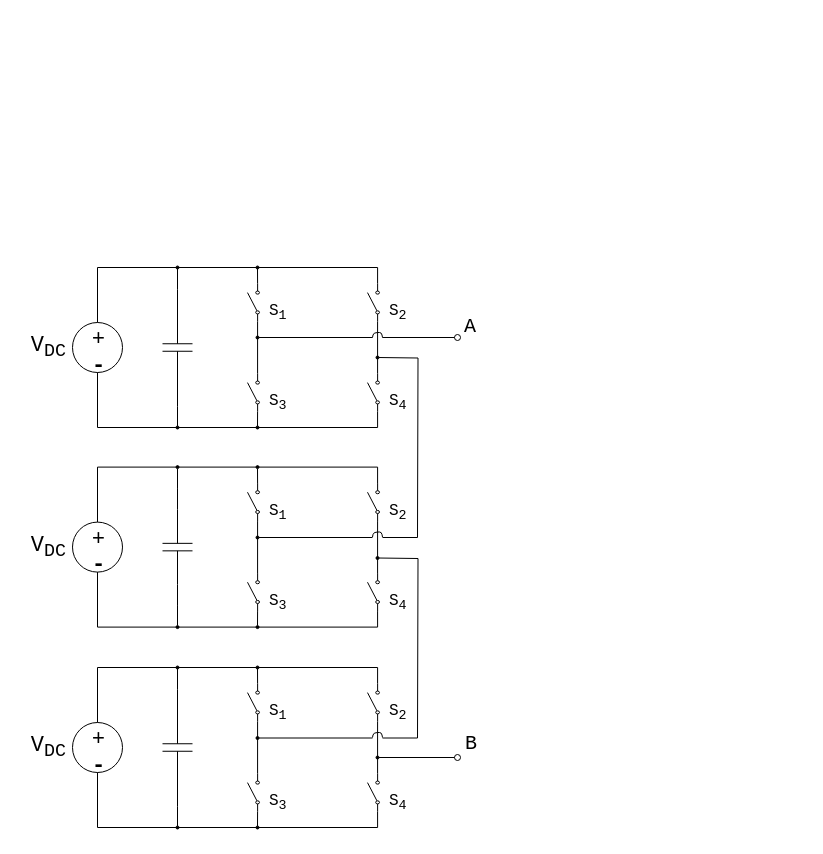
The draw.io diagram CHBMI.drawio in thece36/drawio, before the edit. Source tidied: cells renumbered, new cells numbered last; positions are measured from the earlier drawing's top-left corner, leaving out a move shared by most shapes. Both pictures are drawn from the tidied source at 100%, with x=0, y=0 at pixel (17, 267).
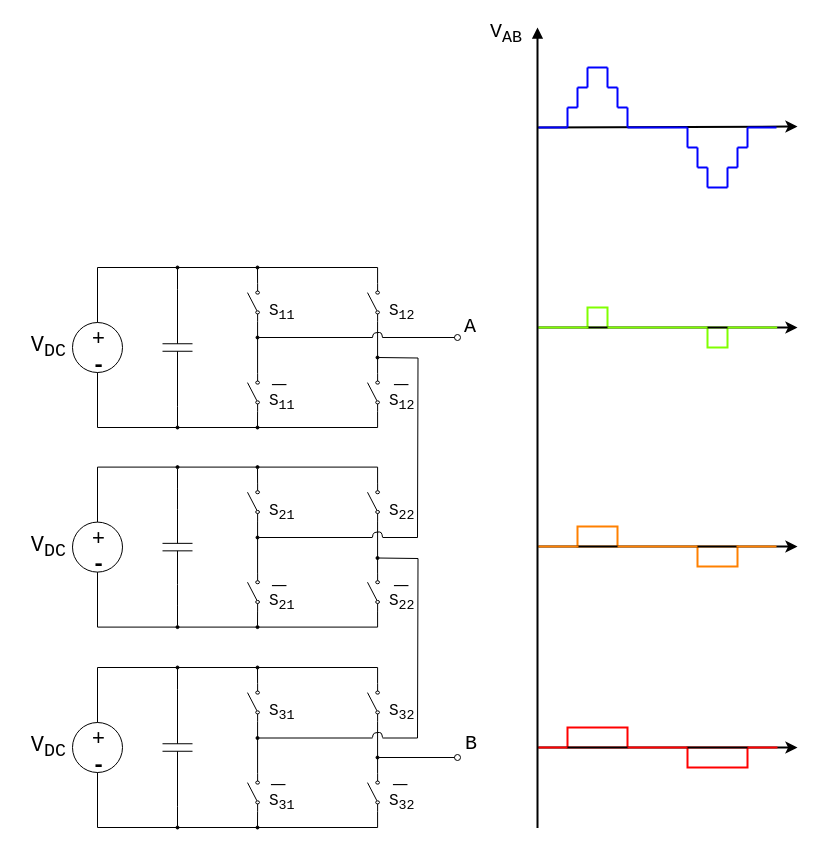
The same diagram, later.

Change to the diagram source:
```diff
@@
+    <mxCell id="82" style="rounded=0;whiteSpace=wrap;html=1;fillColor=none;fontFamily=Courier New;fontSize=20;strokeColor=#80FF00;strokeWidth=2;" parent="1" vertex="1">
+      <mxGeometry x="690" y="60" width="20" height="20" as="geometry" />
+    </mxCell>
+    <mxCell id="83" style="rounded=0;whiteSpace=wrap;html=1;fillColor=none;fontFamily=Courier New;fontSize=20;strokeColor=#80FF00;strokeWidth=2;" parent="1" vertex="1">
+      <mxGeometry x="570" y="40" width="20" height="20" as="geometry" />
+    </mxCell>
+    <mxCell id="84" style="rounded=0;whiteSpace=wrap;html=1;fillColor=none;fontFamily=Courier New;fontSize=20;strokeColor=#FF8000;strokeWidth=2;" parent="1" vertex="1">
+      <mxGeometry x="680" y="279" width="40" height="20" as="geometry" />
+    </mxCell>
+    <mxCell id="85" style="rounded=0;whiteSpace=wrap;html=1;fillColor=none;fontFamily=Courier New;fontSize=20;strokeColor=#FF8000;strokeWidth=2;" parent="1" vertex="1">
+      <mxGeometry x="560" y="259" width="40" height="20" as="geometry" />
+    </mxCell>
+    <mxCell id="86" style="rounded=0;whiteSpace=wrap;html=1;fillColor=none;fontFamily=Courier New;fontSize=20;strokeColor=#FF0000;strokeWidth=2;" parent="1" vertex="1">
+      <mxGeometry x="670" y="480" width="60" height="20" as="geometry" />
+    </mxCell>
+    <mxCell id="87" style="rounded=0;whiteSpace=wrap;html=1;fillColor=none;fontFamily=Courier New;fontSize=20;strokeColor=#FF0000;strokeWidth=2;" parent="1" vertex="1">
+      <mxGeometry x="550" y="460" width="60" height="20" as="geometry" />
+    </mxCell>
@@
-    <mxCell id="20" value="&lt;font face=&quot;Courier New&quot;&gt;S&lt;sub&gt;1&lt;/sub&gt;&lt;/font&gt;" style="text;html=1;align=left;verticalAlign=top;spacingTop=-4;fontSize=16;" parent="1" vertex="1">
-      <mxGeometry x="250" y="30" width="30" height="20" as="geometry" />
+    <mxCell id="20" value="&lt;font face=&quot;Courier New&quot;&gt;S&lt;sub&gt;11&lt;/sub&gt;&lt;/font&gt;" style="text;html=1;align=left;verticalAlign=top;spacingTop=-4;fontSize=16;" parent="1" vertex="1">
+      <mxGeometry x="250" y="30" width="40" height="20" as="geometry" />
     </mxCell>
-    <mxCell id="21" value="&lt;font face=&quot;Courier New&quot;&gt;S&lt;sub&gt;2&lt;/sub&gt;&lt;/font&gt;" style="text;html=1;align=left;verticalAlign=top;spacingTop=-4;fontSize=16;" parent="1" vertex="1">
-      <mxGeometry x="370" y="30" width="30" height="20" as="geometry" />
+    <mxCell id="21" value="&lt;font face=&quot;Courier New&quot;&gt;S&lt;sub&gt;12&lt;/sub&gt;&lt;/font&gt;" style="text;html=1;align=left;verticalAlign=top;spacingTop=-4;fontSize=16;" parent="1" vertex="1">
+      <mxGeometry x="370" y="30" width="40" height="20" as="geometry" />
     </mxCell>
-    <mxCell id="22" value="&lt;font face=&quot;Courier New&quot;&gt;S&lt;sub&gt;4&lt;/sub&gt;&lt;/font&gt;" style="text;html=1;align=left;verticalAlign=top;spacingTop=-4;fontSize=16;" parent="1" vertex="1">
-      <mxGeometry x="370" y="120" width="30" height="20" as="geometry" />
+    <mxCell id="22" value="&lt;font face=&quot;Courier New&quot;&gt;S&lt;sub&gt;12&lt;/sub&gt;&lt;/font&gt;" style="text;html=1;align=left;verticalAlign=top;spacingTop=-4;fontSize=16;" parent="1" vertex="1">
+      <mxGeometry x="370" y="120" width="40" height="20" as="geometry" />
     </mxCell>
-    <mxCell id="23" value="&lt;font face=&quot;Courier New&quot;&gt;S&lt;sub&gt;3&lt;/sub&gt;&lt;/font&gt;" style="text;html=1;align=left;verticalAlign=top;spacingTop=-4;fontSize=16;" parent="1" vertex="1">
-      <mxGeometry x="250" y="120" width="30" height="20" as="geometry" />
+    <mxCell id="23" value="&lt;font face=&quot;Courier New&quot;&gt;S&lt;sub&gt;11&lt;/sub&gt;&lt;/font&gt;" style="text;html=1;align=left;verticalAlign=top;spacingTop=-4;fontSize=16;" parent="1" vertex="1">
+      <mxGeometry x="250" y="120" width="40" height="20" as="geometry" />
     </mxCell>
@@
-    <mxCell id="42" value="&lt;font face=&quot;Courier New&quot;&gt;S&lt;sub&gt;1&lt;/sub&gt;&lt;/font&gt;" style="text;html=1;align=left;verticalAlign=top;spacingTop=-4;fontSize=16;" parent="1" vertex="1">
-      <mxGeometry x="250" y="229.6" width="30" height="20" as="geometry" />
+    <mxCell id="42" value="&lt;font face=&quot;Courier New&quot;&gt;S&lt;sub&gt;21&lt;/sub&gt;&lt;/font&gt;" style="text;html=1;align=left;verticalAlign=top;spacingTop=-4;fontSize=16;" parent="1" vertex="1">
+      <mxGeometry x="250" y="229.6" width="40" height="20" as="geometry" />
     </mxCell>
-    <mxCell id="43" value="&lt;font face=&quot;Courier New&quot;&gt;S&lt;sub&gt;2&lt;/sub&gt;&lt;/font&gt;" style="text;html=1;align=left;verticalAlign=top;spacingTop=-4;fontSize=16;" parent="1" vertex="1">
-      <mxGeometry x="370" y="229.6" width="30" height="20" as="geometry" />
+    <mxCell id="43" value="&lt;font face=&quot;Courier New&quot;&gt;S&lt;sub&gt;22&lt;/sub&gt;&lt;/font&gt;" style="text;html=1;align=left;verticalAlign=top;spacingTop=-4;fontSize=16;" parent="1" vertex="1">
+      <mxGeometry x="370" y="229.6" width="40" height="20" as="geometry" />
     </mxCell>
-    <mxCell id="44" value="&lt;font face=&quot;Courier New&quot;&gt;S&lt;sub&gt;4&lt;/sub&gt;&lt;/font&gt;" style="text;html=1;align=left;verticalAlign=top;spacingTop=-4;fontSize=16;" parent="1" vertex="1">
-      <mxGeometry x="370" y="319.6" width="30" height="20" as="geometry" />
+    <mxCell id="44" value="&lt;font face=&quot;Courier New&quot;&gt;S&lt;sub&gt;22&lt;/sub&gt;&lt;/font&gt;" style="text;html=1;align=left;verticalAlign=top;spacingTop=-4;fontSize=16;" parent="1" vertex="1">
+      <mxGeometry x="370" y="319.6" width="40" height="20" as="geometry" />
     </mxCell>
-    <mxCell id="45" value="&lt;font face=&quot;Courier New&quot;&gt;S&lt;sub&gt;3&lt;/sub&gt;&lt;/font&gt;" style="text;html=1;align=left;verticalAlign=top;spacingTop=-4;fontSize=16;" parent="1" vertex="1">
-      <mxGeometry x="250" y="319.6" width="30" height="20" as="geometry" />
+    <mxCell id="45" value="&lt;font face=&quot;Courier New&quot;&gt;S&lt;sub&gt;21&lt;/sub&gt;&lt;/font&gt;" style="text;html=1;align=left;verticalAlign=top;spacingTop=-4;fontSize=16;" parent="1" vertex="1">
+      <mxGeometry x="250" y="319.6" width="40" height="20" as="geometry" />
     </mxCell>
@@
-    <mxCell id="64" value="&lt;font face=&quot;Courier New&quot;&gt;S&lt;sub&gt;1&lt;/sub&gt;&lt;/font&gt;" style="text;html=1;align=left;verticalAlign=top;spacingTop=-4;fontSize=16;" parent="1" vertex="1">
-      <mxGeometry x="250" y="430" width="30" height="20" as="geometry" />
+    <mxCell id="64" value="&lt;font face=&quot;Courier New&quot;&gt;S&lt;sub&gt;31&lt;/sub&gt;&lt;/font&gt;" style="text;html=1;align=left;verticalAlign=top;spacingTop=-4;fontSize=16;" parent="1" vertex="1">
+      <mxGeometry x="250" y="430" width="40" height="20" as="geometry" />
     </mxCell>
-    <mxCell id="65" value="&lt;font face=&quot;Courier New&quot;&gt;S&lt;sub&gt;2&lt;/sub&gt;&lt;/font&gt;" style="text;html=1;align=left;verticalAlign=top;spacingTop=-4;fontSize=16;" parent="1" vertex="1">
-      <mxGeometry x="370" y="430" width="30" height="20" as="geometry" />
+    <mxCell id="65" value="&lt;font face=&quot;Courier New&quot;&gt;S&lt;sub&gt;32&lt;/sub&gt;&lt;/font&gt;" style="text;html=1;align=left;verticalAlign=top;spacingTop=-4;fontSize=16;" parent="1" vertex="1">
+      <mxGeometry x="370" y="430" width="40" height="20" as="geometry" />
     </mxCell>
-    <mxCell id="66" value="&lt;font face=&quot;Courier New&quot;&gt;S&lt;sub&gt;4&lt;/sub&gt;&lt;/font&gt;" style="text;html=1;align=left;verticalAlign=top;spacingTop=-4;fontSize=16;" parent="1" vertex="1">
-      <mxGeometry x="370" y="520" width="30" height="20" as="geometry" />
+    <mxCell id="66" value="&lt;font face=&quot;Courier New&quot;&gt;S&lt;sub&gt;32&lt;/sub&gt;&lt;/font&gt;" style="text;html=1;align=left;verticalAlign=top;spacingTop=-4;fontSize=16;" parent="1" vertex="1">
+      <mxGeometry x="370" y="520" width="40" height="20" as="geometry" />
     </mxCell>
-    <mxCell id="67" value="&lt;font face=&quot;Courier New&quot;&gt;S&lt;sub&gt;3&lt;/sub&gt;&lt;/font&gt;" style="text;html=1;align=left;verticalAlign=top;spacingTop=-4;fontSize=16;" parent="1" vertex="1">
-      <mxGeometry x="250" y="520" width="30" height="20" as="geometry" />
+    <mxCell id="67" value="&lt;font face=&quot;Courier New&quot;&gt;S&lt;sub&gt;31&lt;/sub&gt;&lt;/font&gt;" style="text;html=1;align=left;verticalAlign=top;spacingTop=-4;fontSize=16;" parent="1" vertex="1">
+      <mxGeometry x="250" y="520" width="40" height="20" as="geometry" />
     </mxCell>
@@
+    <mxCell id="88" style="endArrow=block;html=1;fontFamily=Courier New;fontSize=20;endFill=1;strokeWidth=2;" parent="1" edge="1">
+      <mxGeometry relative="1" as="geometry">
+        <mxPoint x="520" y="560.5" as="sourcePoint" />
+        <mxPoint x="520" y="-240" as="targetPoint" />
+      </mxGeometry>
+    </mxCell>
+    <mxCell id="89" style="endArrow=classic;html=1;strokeWidth=2;fontFamily=Courier New;fontSize=20;" parent="1" edge="1">
+      <mxGeometry relative="1" as="geometry">
+        <mxPoint x="520" y="-140" as="sourcePoint" />
+        <mxPoint x="780" y="-141" as="targetPoint" />
+      </mxGeometry>
+    </mxCell>
+    <mxCell id="90" style="endArrow=classic;html=1;strokeWidth=2;fontFamily=Courier New;fontSize=20;" parent="1" edge="1">
+      <mxGeometry relative="1" as="geometry">
+        <mxPoint x="520" y="60" as="sourcePoint" />
+        <mxPoint x="780" y="60" as="targetPoint" />
+      </mxGeometry>
+    </mxCell>
+    <mxCell id="91" style="endArrow=classic;html=1;strokeWidth=2;fontFamily=Courier New;fontSize=20;" parent="1" edge="1">
+      <mxGeometry relative="1" as="geometry">
+        <mxPoint x="520" y="279" as="sourcePoint" />
+        <mxPoint x="780" y="279" as="targetPoint" />
+      </mxGeometry>
+    </mxCell>
+    <mxCell id="92" style="endArrow=classic;html=1;strokeWidth=2;fontFamily=Courier New;fontSize=20;" parent="1" edge="1">
+      <mxGeometry relative="1" as="geometry">
+        <mxPoint x="520" y="480" as="sourcePoint" />
+        <mxPoint x="780" y="480" as="targetPoint" />
+      </mxGeometry>
+    </mxCell>
+    <mxCell id="93" value="V&lt;sub&gt;AB&lt;/sub&gt;" style="text;html=1;align=left;verticalAlign=top;spacingTop=-4;fontSize=20;fontFamily=Courier New;" parent="1" vertex="1">
+      <mxGeometry x="471" y="-250" width="50" height="30" as="geometry" />
+    </mxCell>
+    <mxCell id="94" style="endArrow=none;html=1;strokeWidth=2;fontFamily=Courier New;fontSize=20;strokeColor=#80FF00;" parent="1" edge="1">
+      <mxGeometry relative="1" as="geometry">
+        <mxPoint x="521" y="60" as="sourcePoint" />
+        <mxPoint x="571" y="60" as="targetPoint" />
+      </mxGeometry>
+    </mxCell>
+    <mxCell id="95" style="endArrow=none;html=1;strokeWidth=2;fontFamily=Courier New;fontSize=20;strokeColor=#80FF00;" parent="1" edge="1">
+      <mxGeometry relative="1" as="geometry">
+        <mxPoint x="590" y="60" as="sourcePoint" />
+        <mxPoint x="690" y="60" as="targetPoint" />
+      </mxGeometry>
+    </mxCell>
+    <mxCell id="96" style="endArrow=none;html=1;strokeWidth=2;fontFamily=Courier New;fontSize=20;strokeColor=#80FF00;entryX=-0.01;entryY=0.97;entryDx=0;entryDy=0;entryPerimeter=0;" parent="1" edge="1">
+      <mxGeometry relative="1" as="geometry">
+        <mxPoint x="710" y="60" as="sourcePoint" />
+        <mxPoint x="759.7" y="60" as="targetPoint" />
+      </mxGeometry>
+    </mxCell>
+    <mxCell id="97" style="endArrow=none;html=1;strokeWidth=2;fontFamily=Courier New;fontSize=20;strokeColor=#FF8000;" parent="1" edge="1">
+      <mxGeometry relative="1" as="geometry">
+        <mxPoint x="521" y="279" as="sourcePoint" />
+        <mxPoint x="561" y="279" as="targetPoint" />
+      </mxGeometry>
+    </mxCell>
+    <mxCell id="98" style="endArrow=none;html=1;strokeWidth=2;fontFamily=Courier New;fontSize=20;strokeColor=#FF8000;" parent="1" edge="1">
+      <mxGeometry relative="1" as="geometry">
+        <mxPoint x="600" y="279" as="sourcePoint" />
+        <mxPoint x="680" y="279" as="targetPoint" />
+      </mxGeometry>
+    </mxCell>
+    <mxCell id="99" style="endArrow=none;html=1;strokeWidth=2;fontFamily=Courier New;fontSize=20;strokeColor=#FF8000;entryX=-0.003;entryY=0.969;entryDx=0;entryDy=0;entryPerimeter=0;" parent="1" edge="1">
+      <mxGeometry relative="1" as="geometry">
+        <mxPoint x="719" y="279" as="sourcePoint" />
+        <mxPoint x="759" y="279" as="targetPoint" />
+      </mxGeometry>
+    </mxCell>
+    <mxCell id="100" style="endArrow=none;html=1;strokeWidth=2;fontFamily=Courier New;fontSize=20;strokeColor=#FF0000;" parent="1" edge="1">
+      <mxGeometry relative="1" as="geometry">
+        <mxPoint x="521" y="480" as="sourcePoint" />
+        <mxPoint x="550" y="480" as="targetPoint" />
+      </mxGeometry>
+    </mxCell>
+    <mxCell id="101" style="endArrow=none;html=1;strokeWidth=2;fontFamily=Courier New;fontSize=20;strokeColor=#FF0000;" parent="1" edge="1">
+      <mxGeometry relative="1" as="geometry">
+        <mxPoint x="610" y="480" as="sourcePoint" />
+        <mxPoint x="670" y="480" as="targetPoint" />
+      </mxGeometry>
+    </mxCell>
+    <mxCell id="102" style="endArrow=none;html=1;strokeWidth=2;fontFamily=Courier New;fontSize=20;strokeColor=#FF0000;" parent="1" edge="1">
+      <mxGeometry relative="1" as="geometry">
+        <mxPoint x="730" y="480" as="sourcePoint" />
+        <mxPoint x="760" y="480" as="targetPoint" />
+      </mxGeometry>
+    </mxCell>
+    <mxCell id="103" style="endArrow=none;html=1;strokeColor=#0000FF;strokeWidth=2;fontFamily=Courier New;fontSize=20;" parent="1" edge="1">
+      <mxGeometry relative="1" as="geometry">
+        <mxPoint x="610" y="-140" as="sourcePoint" />
+        <mxPoint x="670" y="-140" as="targetPoint" />
+      </mxGeometry>
+    </mxCell>
+    <mxCell id="104" style="endArrow=none;html=1;strokeColor=#0000FF;strokeWidth=2;fontFamily=Courier New;fontSize=20;" parent="1" edge="1">
+      <mxGeometry relative="1" as="geometry">
+        <mxPoint x="521" y="-140" as="sourcePoint" />
+        <mxPoint x="550" y="-140" as="targetPoint" />
+      </mxGeometry>
+    </mxCell>
+    <mxCell id="105" style="endArrow=none;html=1;strokeColor=#0000FF;strokeWidth=2;fontFamily=Courier New;fontSize=20;" parent="1" edge="1">
+      <mxGeometry relative="1" as="geometry">
+        <mxPoint x="550" y="-160" as="sourcePoint" />
+        <mxPoint x="550" y="-140" as="targetPoint" />
+      </mxGeometry>
+    </mxCell>
+    <mxCell id="106" style="endArrow=none;html=1;strokeColor=#0000FF;strokeWidth=2;fontFamily=Courier New;fontSize=20;" parent="1" edge="1">
+      <mxGeometry relative="1" as="geometry">
+        <mxPoint x="550" y="-160" as="sourcePoint" />
+        <mxPoint x="560" y="-160" as="targetPoint" />
+      </mxGeometry>
+    </mxCell>
+    <mxCell id="107" style="endArrow=none;html=1;strokeColor=#0000FF;strokeWidth=2;fontFamily=Courier New;fontSize=20;" parent="1" edge="1">
+      <mxGeometry relative="1" as="geometry">
+        <mxPoint x="560" y="-180" as="sourcePoint" />
+        <mxPoint x="560" y="-160" as="targetPoint" />
+      </mxGeometry>
+    </mxCell>
+    <mxCell id="108" style="endArrow=none;html=1;strokeColor=#0000FF;strokeWidth=2;fontFamily=Courier New;fontSize=20;" parent="1" edge="1">
+      <mxGeometry relative="1" as="geometry">
+        <mxPoint x="570" y="-200" as="sourcePoint" />
+        <mxPoint x="570" y="-180" as="targetPoint" />
+      </mxGeometry>
+    </mxCell>
+    <mxCell id="109" style="endArrow=none;html=1;strokeColor=#0000FF;strokeWidth=2;fontFamily=Courier New;fontSize=20;" parent="1" edge="1">
+      <mxGeometry relative="1" as="geometry">
+        <mxPoint x="560" y="-180" as="sourcePoint" />
+        <mxPoint x="570" y="-180" as="targetPoint" />
+      </mxGeometry>
+    </mxCell>
+    <mxCell id="110" style="endArrow=none;html=1;strokeColor=#0000FF;strokeWidth=2;fontFamily=Courier New;fontSize=20;" parent="1" edge="1">
+      <mxGeometry relative="1" as="geometry">
+        <mxPoint x="570" y="-200" as="sourcePoint" />
+        <mxPoint x="590" y="-200" as="targetPoint" />
+      </mxGeometry>
+    </mxCell>
+    <mxCell id="111" style="endArrow=none;html=1;strokeColor=#0000FF;strokeWidth=2;fontFamily=Courier New;fontSize=20;" parent="1" edge="1">
+      <mxGeometry relative="1" as="geometry">
+        <mxPoint x="590" y="-200" as="sourcePoint" />
+        <mxPoint x="590" y="-180" as="targetPoint" />
+      </mxGeometry>
+    </mxCell>
+    <mxCell id="112" style="endArrow=none;html=1;strokeColor=#0000FF;strokeWidth=2;fontFamily=Courier New;fontSize=20;" parent="1" edge="1">
+      <mxGeometry relative="1" as="geometry">
+        <mxPoint x="590" y="-180" as="sourcePoint" />
+        <mxPoint x="600" y="-180" as="targetPoint" />
+      </mxGeometry>
+    </mxCell>
+    <mxCell id="113" style="endArrow=none;html=1;strokeColor=#0000FF;strokeWidth=2;fontFamily=Courier New;fontSize=20;" parent="1" edge="1">
+      <mxGeometry relative="1" as="geometry">
+        <mxPoint x="600" y="-180" as="sourcePoint" />
+        <mxPoint x="600" y="-160" as="targetPoint" />
+      </mxGeometry>
+    </mxCell>
+    <mxCell id="114" style="endArrow=none;html=1;strokeColor=#0000FF;strokeWidth=2;fontFamily=Courier New;fontSize=20;" parent="1" edge="1">
+      <mxGeometry relative="1" as="geometry">
+        <mxPoint x="610" y="-160" as="sourcePoint" />
+        <mxPoint x="610" y="-140" as="targetPoint" />
+      </mxGeometry>
+    </mxCell>
+    <mxCell id="115" style="endArrow=none;html=1;strokeColor=#0000FF;strokeWidth=2;fontFamily=Courier New;fontSize=20;" parent="1" edge="1">
+      <mxGeometry relative="1" as="geometry">
+        <mxPoint x="670" y="-140" as="sourcePoint" />
+        <mxPoint x="670" y="-120" as="targetPoint" />
+      </mxGeometry>
+    </mxCell>
+    <mxCell id="116" style="endArrow=none;html=1;strokeColor=#0000FF;strokeWidth=2;fontFamily=Courier New;fontSize=20;" parent="1" edge="1">
+      <mxGeometry relative="1" as="geometry">
+        <mxPoint x="680" y="-120" as="sourcePoint" />
+        <mxPoint x="680" y="-100" as="targetPoint" />
+      </mxGeometry>
+    </mxCell>
+    <mxCell id="117" style="endArrow=none;html=1;strokeColor=#0000FF;strokeWidth=2;fontFamily=Courier New;fontSize=20;" parent="1" edge="1">
+      <mxGeometry relative="1" as="geometry">
+        <mxPoint x="690" y="-100" as="sourcePoint" />
+        <mxPoint x="690" y="-80" as="targetPoint" />
+      </mxGeometry>
+    </mxCell>
+    <mxCell id="118" style="endArrow=none;html=1;strokeColor=#0000FF;strokeWidth=2;fontFamily=Courier New;fontSize=20;" parent="1" edge="1">
+      <mxGeometry relative="1" as="geometry">
+        <mxPoint x="710" y="-100" as="sourcePoint" />
+        <mxPoint x="710" y="-80" as="targetPoint" />
+      </mxGeometry>
+    </mxCell>
+    <mxCell id="119" style="endArrow=none;html=1;strokeColor=#0000FF;strokeWidth=2;fontFamily=Courier New;fontSize=20;" parent="1" edge="1">
+      <mxGeometry relative="1" as="geometry">
+        <mxPoint x="720" y="-120" as="sourcePoint" />
+        <mxPoint x="720" y="-100" as="targetPoint" />
+      </mxGeometry>
+    </mxCell>
+    <mxCell id="120" style="endArrow=none;html=1;strokeColor=#0000FF;strokeWidth=2;fontFamily=Courier New;fontSize=20;" parent="1" edge="1">
+      <mxGeometry relative="1" as="geometry">
+        <mxPoint x="730" y="-140" as="sourcePoint" />
+        <mxPoint x="730" y="-120" as="targetPoint" />
+      </mxGeometry>
+    </mxCell>
+    <mxCell id="121" style="endArrow=none;html=1;strokeColor=#0000FF;strokeWidth=2;fontFamily=Courier New;fontSize=20;" parent="1" edge="1">
+      <mxGeometry relative="1" as="geometry">
+        <mxPoint x="600" y="-160" as="sourcePoint" />
+        <mxPoint x="610" y="-160" as="targetPoint" />
+      </mxGeometry>
+    </mxCell>
+    <mxCell id="122" style="endArrow=none;html=1;strokeColor=#0000FF;strokeWidth=2;fontFamily=Courier New;fontSize=20;" parent="1" edge="1">
+      <mxGeometry relative="1" as="geometry">
+        <mxPoint x="670" y="-120" as="sourcePoint" />
+        <mxPoint x="680" y="-120" as="targetPoint" />
+      </mxGeometry>
+    </mxCell>
+    <mxCell id="123" style="endArrow=none;html=1;strokeColor=#0000FF;strokeWidth=2;fontFamily=Courier New;fontSize=20;" parent="1" edge="1">
+      <mxGeometry relative="1" as="geometry">
+        <mxPoint x="680" y="-100" as="sourcePoint" />
+        <mxPoint x="690" y="-100" as="targetPoint" />
+      </mxGeometry>
+    </mxCell>
+    <mxCell id="124" style="endArrow=none;html=1;strokeColor=#0000FF;strokeWidth=2;fontFamily=Courier New;fontSize=20;" parent="1" edge="1">
+      <mxGeometry relative="1" as="geometry">
+        <mxPoint x="710" y="-100" as="sourcePoint" />
+        <mxPoint x="720" y="-100" as="targetPoint" />
+      </mxGeometry>
+    </mxCell>
+    <mxCell id="125" style="endArrow=none;html=1;strokeColor=#0000FF;strokeWidth=2;fontFamily=Courier New;fontSize=20;" parent="1" edge="1">
+      <mxGeometry relative="1" as="geometry">
+        <mxPoint x="720" y="-120" as="sourcePoint" />
+        <mxPoint x="730" y="-120" as="targetPoint" />
+      </mxGeometry>
+    </mxCell>
+    <mxCell id="126" style="endArrow=none;html=1;strokeColor=#0000FF;strokeWidth=2;fontFamily=Courier New;fontSize=20;" parent="1" edge="1">
+      <mxGeometry relative="1" as="geometry">
+        <mxPoint x="730" y="-140" as="sourcePoint" />
+        <mxPoint x="759" y="-140" as="targetPoint" />
+      </mxGeometry>
+    </mxCell>
+    <mxCell id="127" style="endArrow=none;html=1;strokeColor=#0000FF;strokeWidth=2;fontFamily=Courier New;fontSize=20;" parent="1" edge="1">
+      <mxGeometry relative="1" as="geometry">
+        <mxPoint x="690" y="-80" as="sourcePoint" />
+        <mxPoint x="710" y="-80" as="targetPoint" />
+      </mxGeometry>
+    </mxCell>
+    <mxCell id="128" value="_" style="text;html=1;align=left;verticalAlign=top;spacingTop=-4;fontSize=24;fontFamily=Courier New;fontStyle=0;" parent="1" vertex="1">
+      <mxGeometry x="253" y="93" width="30" height="30" as="geometry" />
+    </mxCell>
+    <mxCell id="129" value="_" style="text;html=1;align=left;verticalAlign=top;spacingTop=-4;fontSize=24;fontFamily=Courier New;fontStyle=0;" parent="1" vertex="1">
+      <mxGeometry x="375" y="93" width="30" height="30" as="geometry" />
+    </mxCell>
+    <mxCell id="130" value="_" style="text;html=1;align=left;verticalAlign=top;spacingTop=-4;fontSize=24;fontFamily=Courier New;fontStyle=0;" parent="1" vertex="1">
+      <mxGeometry x="253" y="293.5" width="30" height="30" as="geometry" />
+    </mxCell>
+    <mxCell id="131" value="_" style="text;html=1;align=left;verticalAlign=top;spacingTop=-4;fontSize=24;fontFamily=Courier New;fontStyle=0;" parent="1" vertex="1">
+      <mxGeometry x="375" y="293.5" width="30" height="30" as="geometry" />
+    </mxCell>
+    <mxCell id="132" value="_" style="text;html=1;align=left;verticalAlign=top;spacingTop=-4;fontSize=24;fontFamily=Courier New;fontStyle=0;" parent="1" vertex="1">
+      <mxGeometry x="252" y="493" width="30" height="30" as="geometry" />
+    </mxCell>
+    <mxCell id="133" value="_" style="text;html=1;align=left;verticalAlign=top;spacingTop=-4;fontSize=24;fontFamily=Courier New;fontStyle=0;" parent="1" vertex="1">
+      <mxGeometry x="374" y="493" width="30" height="30" as="geometry" />
+    </mxCell>
```
